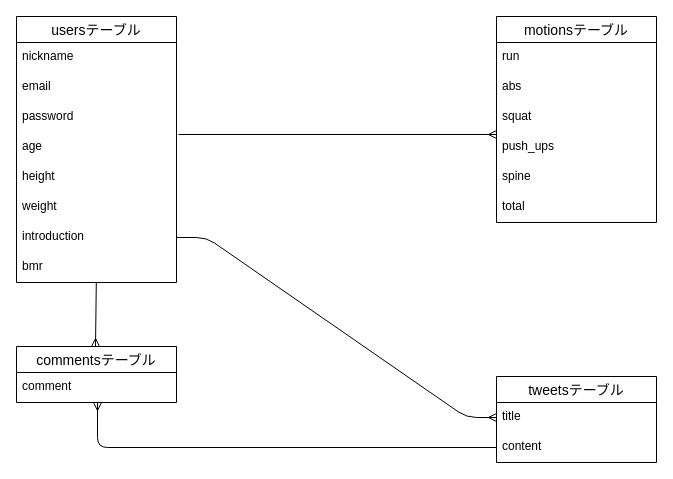
This is drow.dio from shingo04/lives_motion, a draw.io file, before an edit. Source tidied: cells renumbered, new cells numbered last; positions are measured from the earlier drawing's top-left corner, leaving out a move shared by most shapes. Both pictures are drawn from the tidied source at 100%, with x=0, y=0 at pixel (16, 16).
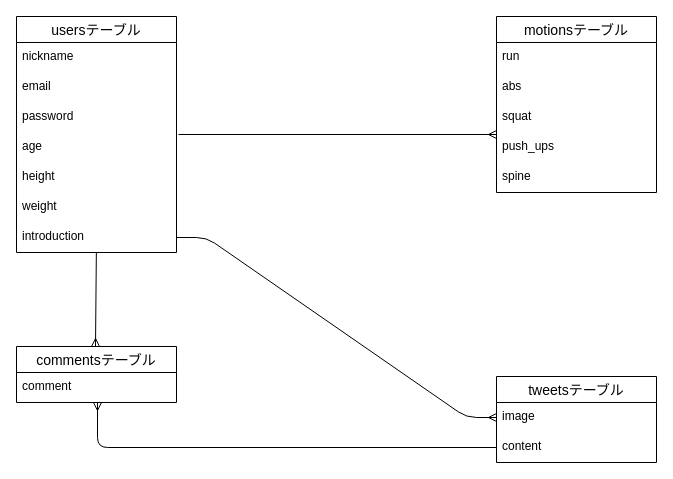
The same diagram, later.

The change refers to these unchanged cells:
```xml
<mxCell id="9" value="introduction" style="text;strokeColor=none;fillColor=none;spacingLeft=4;spacingRight=4;overflow=hidden;points=[[0,0.5],[1,0.5]];portConstraint=eastwest;fontSize=12;" parent="2" vertex="1">
  <mxGeometry y="206" width="160" height="30" as="geometry" />
</mxCell>
<mxCell id="18" value="tweetsテーブル" style="swimlane;fontStyle=0;horizontal=1;startSize=26;align=center;fontSize=14;" parent="1" vertex="1">
  <mxGeometry x="480" y="360" width="160" height="86" as="geometry" />
</mxCell>
```

What changed in the source:
```diff
@@
     <mxCell id="2" value="usersテーブル" style="swimlane;fontStyle=0;horizontal=1;startSize=26;align=center;fontSize=14;" parent="1" vertex="1">
-      <mxGeometry width="160" height="266" as="geometry" />
+      <mxGeometry width="160" height="236" as="geometry" />
     </mxCell>
@@
-    <mxCell id="10" value="bmr" style="text;strokeColor=none;fillColor=none;spacingLeft=4;spacingRight=4;overflow=hidden;points=[[0,0.5],[1,0.5]];portConstraint=eastwest;fontSize=12;" parent="2" vertex="1">
-      <mxGeometry y="236" width="160" height="30" as="geometry" />
-    </mxCell>
     <mxCell id="11" value="motionsテーブル" style="swimlane;fontStyle=0;horizontal=1;startSize=26;align=center;fontSize=14;" parent="1" vertex="1">
-      <mxGeometry x="480" width="160" height="206" as="geometry" />
+      <mxGeometry x="480" width="160" height="176" as="geometry" />
     </mxCell>
@@
-    <mxCell id="17" value="total" style="text;strokeColor=none;fillColor=none;spacingLeft=4;spacingRight=4;overflow=hidden;fontSize=12;" parent="11" vertex="1">
-      <mxGeometry y="176" width="160" height="30" as="geometry" />
-    </mxCell>
@@
-    <mxCell id="19" value="title" style="text;strokeColor=none;fillColor=none;spacingLeft=4;spacingRight=4;overflow=hidden;points=[[0,0.5],[1,0.5]];portConstraint=eastwest;fontSize=12;" parent="18" vertex="1">
+    <mxCell id="19" value="image" style="text;strokeColor=none;fillColor=none;spacingLeft=4;spacingRight=4;overflow=hidden;points=[[0,0.5],[1,0.5]];portConstraint=eastwest;fontSize=12;" parent="18" vertex="1">
       <mxGeometry y="26" width="160" height="30" as="geometry" />
     </mxCell>
@@
-    <mxCell id="23" style="fontSize=12;html=1;endArrow=ERmany;" parent="1" edge="1" source="10">
+    <mxCell id="23" style="fontSize=12;html=1;endArrow=ERmany;" parent="1" edge="1" source="9">
       <mxGeometry relative="1" as="geometry">
         <mxPoint x="79" y="330" as="targetPoint" />
       </mxGeometry>
     </mxCell>
```
